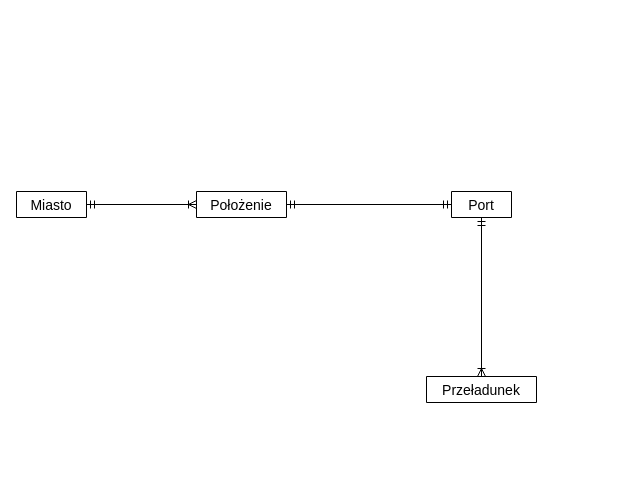
Earlier version of the draw.io diagram portyv2Martin.drawio (finalkiwii/databases-umbrellas). Source tidied: cells renumbered, new cells numbered last; positions are measured from the earlier drawing's top-left corner, leaving out a move shared by most shapes. Both pictures are drawn from the tidied source at 100%, with x=0, y=0 at pixel (16, 191).
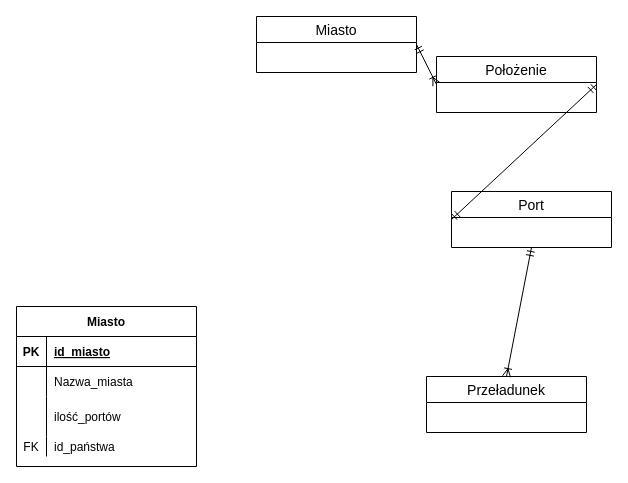
The same page after the edit.

Change to the diagram source:
```diff
@@
-    <mxCell id="2" value="Miasto" style="swimlane;fontStyle=0;horizontal=1;startSize=26;align=center;fontSize=14;" parent="1" vertex="1" collapsed="1">
-      <mxGeometry width="70" height="26" as="geometry" />
+    <mxCell id="2" value="Miasto" style="swimlane;fontStyle=0;horizontal=1;startSize=26;align=center;fontSize=14;" parent="1" vertex="1">
+      <mxGeometry x="240" y="-175" width="160" height="56" as="geometry" />
     </mxCell>
-    <mxCell id="3" value="Port" style="swimlane;fontStyle=0;horizontal=1;startSize=26;align=center;fontSize=14;" parent="1" vertex="1" collapsed="1">
-      <mxGeometry x="435" width="60" height="26" as="geometry" />
+    <mxCell id="3" value="Port" style="swimlane;fontStyle=0;horizontal=1;startSize=26;align=center;fontSize=14;" parent="1" vertex="1">
+      <mxGeometry x="435" width="160" height="56" as="geometry" />
     </mxCell>
-    <mxCell id="4" value="Przeładunek" style="swimlane;fontStyle=0;horizontal=1;startSize=26;align=center;fontSize=14;" parent="1" vertex="1" collapsed="1">
-      <mxGeometry x="410" y="185" width="110" height="26" as="geometry" />
+    <mxCell id="4" value="Przeładunek" style="swimlane;fontStyle=0;horizontal=1;startSize=26;align=center;fontSize=14;" parent="1" vertex="1">
+      <mxGeometry x="410" y="185" width="160" height="56" as="geometry" />
     </mxCell>
-    <mxCell id="5" value="Położenie" style="swimlane;fontStyle=0;horizontal=1;startSize=26;align=center;fontSize=14;" parent="1" vertex="1" collapsed="1">
-      <mxGeometry x="180" width="90" height="26" as="geometry" />
+    <mxCell id="5" value="Położenie" style="swimlane;fontStyle=0;horizontal=1;startSize=26;align=center;fontSize=14;" parent="1" vertex="1">
+      <mxGeometry x="420" y="-135" width="160" height="56" as="geometry" />
     </mxCell>
@@
+    <mxCell id="9" value="Miasto" style="shape=table;startSize=30;childLayout=tableLayout;rowLines=0;fontStyle=1;align=center;" parent="1" vertex="1">
+      <mxGeometry y="115" width="180" height="160" as="geometry" />
+    </mxCell>
+    <mxCell id="10" style="shape=partialRectangle;fillColor=none;top=0;left=0;bottom=1;right=0;" parent="9" vertex="1">
+      <mxGeometry y="30" width="180" height="30" as="geometry" />
+    </mxCell>
+    <mxCell id="11" value="PK" style="shape=partialRectangle;fillColor=none;top=0;left=0;bottom=0;right=0;fontStyle=1;overflow=hidden;" parent="10" vertex="1">
+      <mxGeometry width="30" height="30" as="geometry" />
+    </mxCell>
+    <mxCell id="12" value="id_miasto" style="shape=partialRectangle;fillColor=none;top=0;left=0;bottom=0;right=0;align=left;spacingLeft=6;fontStyle=5;overflow=hidden;" parent="10" vertex="1">
+      <mxGeometry x="30" width="150" height="30" as="geometry" />
+    </mxCell>
+    <mxCell id="13" style="shape=partialRectangle;fillColor=none;top=0;left=0;bottom=0;right=0;" parent="9" vertex="1">
+      <mxGeometry y="60" width="180" height="30" as="geometry" />
+    </mxCell>
+    <mxCell id="14" style="shape=partialRectangle;fillColor=none;top=0;left=0;bottom=0;right=0;overflow=hidden;" parent="13" vertex="1">
+      <mxGeometry width="30" height="30" as="geometry" />
+    </mxCell>
+    <mxCell id="15" value="Nazwa_miasta" style="shape=partialRectangle;fillColor=none;top=0;left=0;bottom=0;right=0;align=left;spacingLeft=6;overflow=hidden;" parent="13" vertex="1">
+      <mxGeometry x="30" width="150" height="30" as="geometry" />
+    </mxCell>
+    <mxCell id="16" style="shape=partialRectangle;fillColor=none;top=0;left=0;bottom=0;right=0;" parent="9" vertex="1">
+      <mxGeometry y="90" width="180" height="40" as="geometry" />
+    </mxCell>
+    <mxCell id="17" style="shape=partialRectangle;fillColor=none;top=0;left=0;bottom=0;right=0;overflow=hidden;" parent="16" vertex="1">
+      <mxGeometry width="30" height="40" as="geometry" />
+    </mxCell>
+    <mxCell id="18" value="ilość_portów" style="shape=partialRectangle;fillColor=none;top=0;left=0;bottom=0;right=0;align=left;spacingLeft=6;overflow=hidden;" parent="16" vertex="1">
+      <mxGeometry x="30" width="150" height="40" as="geometry" />
+    </mxCell>
+    <mxCell id="19" style="shape=partialRectangle;fillColor=none;top=0;left=0;bottom=0;right=0;" parent="9" vertex="1">
+      <mxGeometry y="130" width="180" height="20" as="geometry" />
+    </mxCell>
+    <mxCell id="20" value="FK" style="shape=partialRectangle;fillColor=none;top=0;left=0;bottom=0;right=0;overflow=hidden;" parent="19" vertex="1">
+      <mxGeometry width="30" height="20" as="geometry" />
+    </mxCell>
+    <mxCell id="21" value="id_państwa" style="shape=partialRectangle;fillColor=none;top=0;left=0;bottom=0;right=0;align=left;spacingLeft=6;overflow=hidden;" parent="19" vertex="1">
+      <mxGeometry x="30" width="150" height="20" as="geometry" />
+    </mxCell>
```
